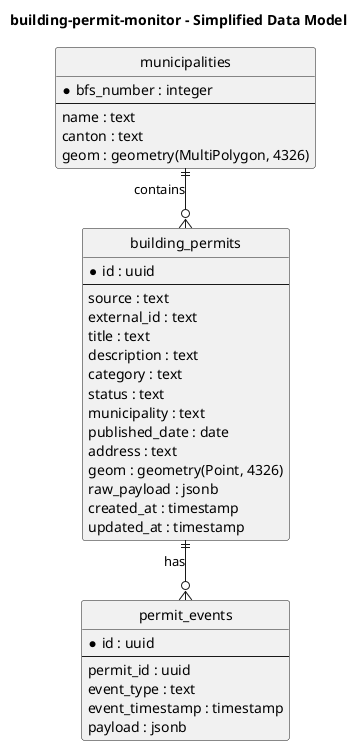
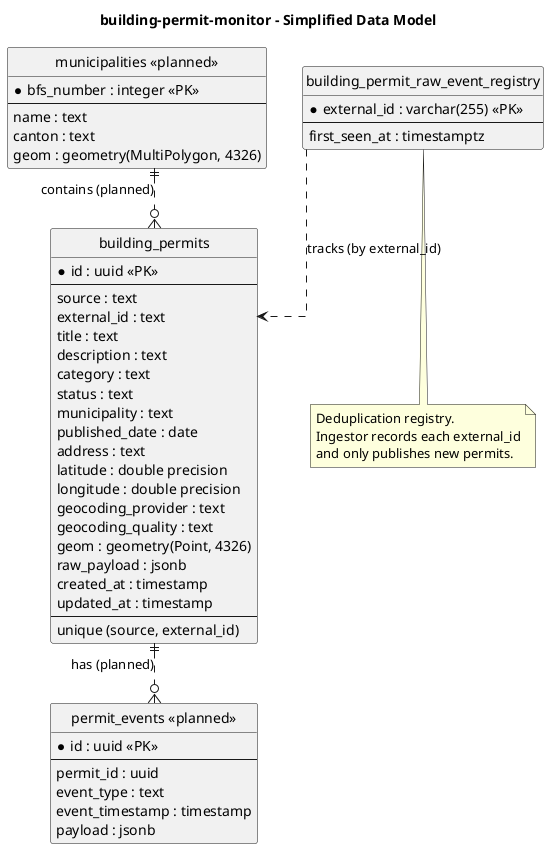
@startuml
title building-permit-monitor - Simplified Data Model

hide circle
skinparam linetype ortho
skinparam shadowing false

+ ' --- Implemented (Flyway V1 / V2) ---
+ 
entity "building_permits" as permits {
-   * id : uuid
+   * id : uuid <<PK>>
  --
  source : text
  external_id : text
  title : text
  description : text
  category : text
  status : text
  municipality : text
  published_date : date
  address : text
+   latitude : double precision
+   longitude : double precision
+   geocoding_provider : text
+   geocoding_quality : text
  geom : geometry(Point, 4326)
  raw_payload : jsonb
  created_at : timestamp
  updated_at : timestamp
+   --
+   unique (source, external_id)
}

- entity "permit_events" as events {
-   * id : uuid
+ entity "building_permit_raw_event_registry" as registry {
+   * external_id : varchar(255) <<PK>>
+   --
+   first_seen_at : timestamptz
+ }
+ 
+ note bottom of registry
+   Deduplication registry.
+   Ingestor records each external_id
+   and only publishes new permits.
+ end note
+ 
+ ' --- Planned / not yet implemented ---
+ 
+ entity "permit_events <<planned>>" as events {
+   * id : uuid <<PK>>
  --
  permit_id : uuid
  event_type : text
  event_timestamp : timestamp
  payload : jsonb
}

- entity "municipalities" as municipalities {
-   * bfs_number : integer
+ entity "municipalities <<planned>>" as municipalities {
+   * bfs_number : integer <<PK>>
  --
  name : text
  canton : text
  geom : geometry(MultiPolygon, 4326)
}

- municipalities ||--o{ permits : contains
- permits ||--o{ events : has
+ registry ..> permits : tracks (by external_id)
+ municipalities ||..o{ permits : contains (planned)
+ permits ||..o{ events : has (planned)

@enduml
